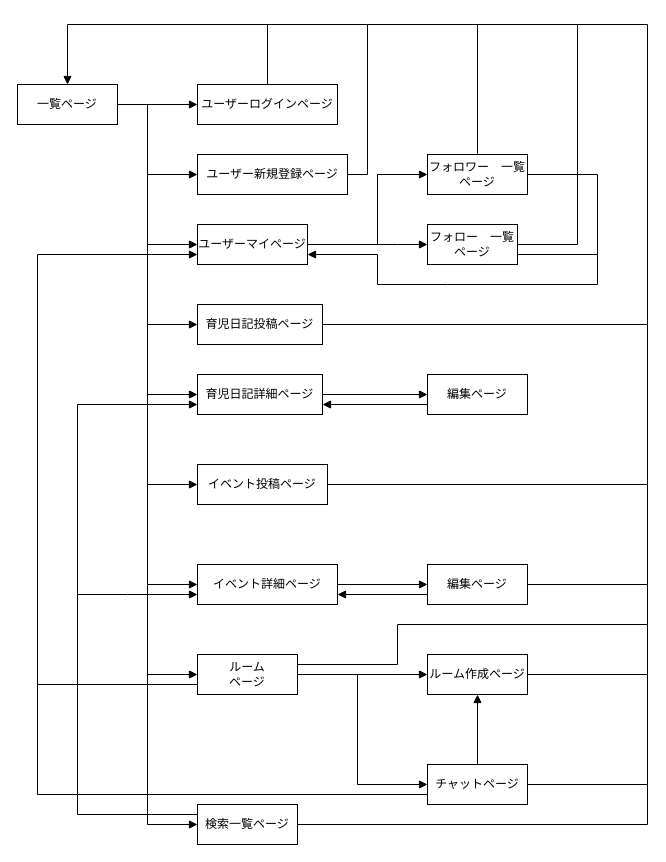
Earlier version of the draw.io diagram draw.dio (ran-tomine/original-app). Source tidied: cells renumbered, new cells numbered last; positions are measured from the earlier drawing's top-left corner, leaving out a move shared by most shapes. Both pictures are drawn from the tidied source at 100%, with x=0, y=0 at pixel (17, 24).
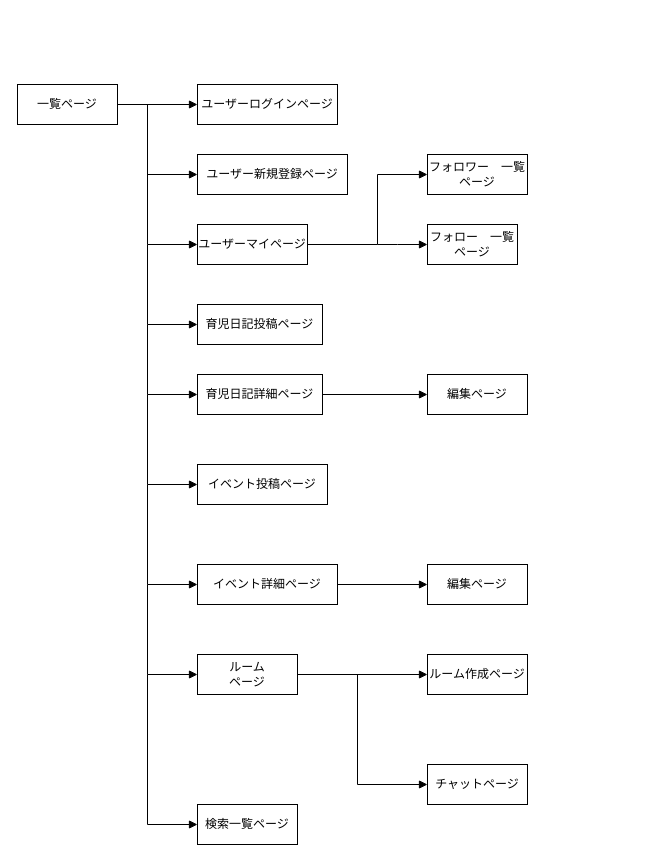
Above is the later version.

The change refers to these unchanged cells:
```xml
<mxCell id="3" value="一覧ページ&lt;br&gt;" style="whiteSpace=wrap;html=1;align=center;" parent="1" vertex="1">
  <mxGeometry y="60" width="100" height="40" as="geometry" />
</mxCell>
<mxCell id="5" value="ユーザーログインページ&lt;br&gt;" style="whiteSpace=wrap;html=1;align=center;" parent="1" vertex="1">
  <mxGeometry x="180" y="60" width="140" height="40" as="geometry" />
</mxCell>
<mxCell id="9" value="ユーザー新規登録ページ&lt;br&gt;" style="whiteSpace=wrap;html=1;align=center;" parent="1" vertex="1">
  <mxGeometry x="180" y="130" width="150" height="40" as="geometry" />
</mxCell>
<mxCell id="11" value="ユーザーマイページ" style="whiteSpace=wrap;html=1;align=center;" parent="1" vertex="1">
  <mxGeometry x="180" y="200" width="110" height="40" as="geometry" />
</mxCell>
<mxCell id="14" value="育児日記投稿ページ" style="whiteSpace=wrap;html=1;align=center;" parent="1" vertex="1">
  <mxGeometry x="180" y="280" width="125" height="40" as="geometry" />
</mxCell>
<mxCell id="18" value="育児日記詳細ページ" style="whiteSpace=wrap;html=1;align=center;" parent="1" vertex="1">
  <mxGeometry x="180" y="350" width="125" height="40" as="geometry" />
</mxCell>
<mxCell id="21" value="イベント投稿ページ" style="whiteSpace=wrap;html=1;align=center;" parent="1" vertex="1">
  <mxGeometry x="180" y="440" width="130" height="40" as="geometry" />
</mxCell>
<mxCell id="24" value="イベント詳細ページ" style="whiteSpace=wrap;html=1;align=center;" parent="1" vertex="1">
  <mxGeometry x="180" y="540" width="140" height="40" as="geometry" />
</mxCell>
<mxCell id="27" value="フォロー　一覧ページ" style="whiteSpace=wrap;html=1;align=center;" parent="1" vertex="1">
  <mxGeometry x="410" y="200" width="90" height="40" as="geometry" />
</mxCell>
<mxCell id="31" value="フォロワー　一覧ページ" style="whiteSpace=wrap;html=1;align=center;" parent="1" vertex="1">
  <mxGeometry x="410" y="130" width="100" height="40" as="geometry" />
</mxCell>
<mxCell id="33" value="編集ページ" style="whiteSpace=wrap;html=1;align=center;" parent="1" vertex="1">
  <mxGeometry x="410" y="350" width="100" height="40" as="geometry" />
</mxCell>
<mxCell id="36" value="編集ページ" style="whiteSpace=wrap;html=1;align=center;" parent="1" vertex="1">
  <mxGeometry x="410" y="540" width="100" height="40" as="geometry" />
</mxCell>
<mxCell id="41" value="ルーム&lt;br&gt;ページ" style="whiteSpace=wrap;html=1;align=center;" parent="1" vertex="1">
  <mxGeometry x="180" y="630" width="100" height="40" as="geometry" />
</mxCell>
<mxCell id="43" value="ルーム作成ページ" style="whiteSpace=wrap;html=1;align=center;" parent="1" vertex="1">
  <mxGeometry x="410" y="630" width="100" height="40" as="geometry" />
</mxCell>
<mxCell id="48" value="チャットページ" style="whiteSpace=wrap;html=1;align=center;" parent="1" vertex="1">
  <mxGeometry x="410" y="740" width="100" height="40" as="geometry" />
</mxCell>
<mxCell id="52" value="検索一覧ページ" style="whiteSpace=wrap;html=1;align=center;" parent="1" vertex="1">
  <mxGeometry x="180" y="780" width="100" height="40" as="geometry" />
</mxCell>
```

What changed in the source:
```diff
@@
-    <mxCell id="4" style="edgeStyle=none;html=1;exitX=0.5;exitY=0;exitDx=0;exitDy=0;endArrow=block;endFill=1;entryX=0.5;entryY=0;entryDx=0;entryDy=0;rounded=0;" parent="1" edge="1" source="5" target="3">
-      <mxGeometry relative="1" as="geometry">
-        <Array as="points">
-          <mxPoint x="250" />
-          <mxPoint x="50" />
-        </Array>
-      </mxGeometry>
-    </mxCell>
@@
-    <mxCell id="8" style="edgeStyle=none;rounded=0;html=1;exitX=1;exitY=0.5;exitDx=0;exitDy=0;endArrow=none;endFill=0;" parent="1" edge="1" source="9">
-      <mxGeometry relative="1" as="geometry">
-        <mxPoint x="250" as="targetPoint" />
-        <Array as="points">
-          <mxPoint x="350" y="150" />
-          <mxPoint x="350" />
-        </Array>
-      </mxGeometry>
-    </mxCell>
@@
-    <mxCell id="13" style="edgeStyle=none;rounded=0;html=1;exitX=1;exitY=0.5;exitDx=0;exitDy=0;startArrow=none;startFill=0;endArrow=none;endFill=0;" parent="1" edge="1" source="14">
-      <mxGeometry relative="1" as="geometry">
-        <mxPoint x="560" as="targetPoint" />
-        <Array as="points">
-          <mxPoint x="630" y="300" />
-          <mxPoint x="630" />
-        </Array>
-      </mxGeometry>
-    </mxCell>
@@
-    <mxCell id="17" style="edgeStyle=none;rounded=0;html=1;exitX=0;exitY=0.75;exitDx=0;exitDy=0;startArrow=block;startFill=1;endArrow=none;endFill=0;" parent="1" edge="1" source="18">
-      <mxGeometry relative="1" as="geometry">
-        <mxPoint x="60" y="570" as="targetPoint" />
-        <Array as="points">
-          <mxPoint x="60" y="380" />
-        </Array>
-      </mxGeometry>
-    </mxCell>
@@
-    <mxCell id="20" style="edgeStyle=none;rounded=0;html=1;exitX=1;exitY=0.5;exitDx=0;exitDy=0;startArrow=none;startFill=0;endArrow=none;endFill=0;" parent="1" edge="1" source="21">
-      <mxGeometry relative="1" as="geometry">
-        <mxPoint x="630" y="300" as="targetPoint" />
-        <Array as="points">
-          <mxPoint x="630" y="460" />
-        </Array>
-      </mxGeometry>
-    </mxCell>
@@
-    <mxCell id="25" style="edgeStyle=none;rounded=0;html=1;exitX=1;exitY=0.5;exitDx=0;exitDy=0;startArrow=none;startFill=0;endArrow=none;endFill=0;" parent="1" edge="1" source="27">
-      <mxGeometry relative="1" as="geometry">
-        <mxPoint x="460" as="targetPoint" />
-        <Array as="points">
-          <mxPoint x="560" y="220" />
-          <mxPoint x="560" />
-        </Array>
-      </mxGeometry>
-    </mxCell>
-    <mxCell id="26" style="edgeStyle=none;rounded=0;html=1;exitX=1;exitY=0.75;exitDx=0;exitDy=0;startArrow=none;startFill=0;endArrow=none;endFill=0;" parent="1" edge="1" source="27">
-      <mxGeometry relative="1" as="geometry">
-        <mxPoint x="580" y="230" as="targetPoint" />
-      </mxGeometry>
-    </mxCell>
@@
-    <mxCell id="29" style="edgeStyle=none;rounded=0;html=1;exitX=0.5;exitY=0;exitDx=0;exitDy=0;startArrow=none;startFill=0;endArrow=none;endFill=0;" parent="1" edge="1" source="31">
-      <mxGeometry relative="1" as="geometry">
-        <mxPoint x="350" as="targetPoint" />
-        <Array as="points">
-          <mxPoint x="460" />
-        </Array>
-      </mxGeometry>
-    </mxCell>
-    <mxCell id="30" style="edgeStyle=none;rounded=0;html=1;exitX=1;exitY=0.5;exitDx=0;exitDy=0;startArrow=none;startFill=0;endArrow=block;endFill=1;entryX=1;entryY=0.75;entryDx=0;entryDy=0;" parent="1" edge="1" source="31" target="11">
-      <mxGeometry relative="1" as="geometry">
-        <Array as="points">
-          <mxPoint x="580" y="150" />
-          <mxPoint x="580" y="260" />
-          <mxPoint x="430" y="260" />
-          <mxPoint x="360" y="260" />
-          <mxPoint x="360" y="230" />
-        </Array>
-      </mxGeometry>
-    </mxCell>
@@
-    <mxCell id="32" style="edgeStyle=none;rounded=0;html=1;exitX=0;exitY=0.75;exitDx=0;exitDy=0;entryX=1;entryY=0.75;entryDx=0;entryDy=0;startArrow=none;startFill=0;endArrow=block;endFill=1;" parent="1" edge="1" source="33" target="18">
-      <mxGeometry relative="1" as="geometry" />
-    </mxCell>
@@
-    <mxCell id="34" style="edgeStyle=none;rounded=0;html=1;exitX=0;exitY=0.75;exitDx=0;exitDy=0;entryX=1;entryY=0.75;entryDx=0;entryDy=0;startArrow=none;startFill=0;endArrow=block;endFill=1;" parent="1" edge="1" source="36" target="24">
-      <mxGeometry relative="1" as="geometry" />
-    </mxCell>
-    <mxCell id="35" style="edgeStyle=none;rounded=0;html=1;exitX=1;exitY=0.5;exitDx=0;exitDy=0;startArrow=none;startFill=0;endArrow=none;endFill=0;" parent="1" edge="1" source="36">
-      <mxGeometry relative="1" as="geometry">
-        <mxPoint x="630" y="460" as="targetPoint" />
-        <Array as="points">
-          <mxPoint x="630" y="560" />
-        </Array>
-      </mxGeometry>
-    </mxCell>
@@
-    <mxCell id="39" style="edgeStyle=none;rounded=0;html=1;exitX=1;exitY=0.25;exitDx=0;exitDy=0;startArrow=none;startFill=0;endArrow=none;endFill=0;" parent="1" edge="1" source="41">
-      <mxGeometry relative="1" as="geometry">
-        <mxPoint x="630" y="560" as="targetPoint" />
-        <Array as="points">
-          <mxPoint x="380" y="640" />
-          <mxPoint x="380" y="600" />
-          <mxPoint x="630" y="600" />
-        </Array>
-      </mxGeometry>
-    </mxCell>
-    <mxCell id="40" style="edgeStyle=none;rounded=0;html=1;exitX=0;exitY=0.75;exitDx=0;exitDy=0;startArrow=none;startFill=0;endArrow=none;endFill=0;" parent="1" edge="1" source="41">
-      <mxGeometry relative="1" as="geometry">
-        <mxPoint x="20" y="660" as="targetPoint" />
-      </mxGeometry>
-    </mxCell>
@@
-    <mxCell id="42" style="edgeStyle=none;rounded=0;html=1;exitX=1;exitY=0.5;exitDx=0;exitDy=0;startArrow=none;startFill=0;endArrow=none;endFill=0;" parent="1" edge="1" source="43">
-      <mxGeometry relative="1" as="geometry">
-        <mxPoint x="630" y="600" as="targetPoint" />
-        <Array as="points">
-          <mxPoint x="630" y="650" />
-        </Array>
-      </mxGeometry>
-    </mxCell>
@@
-    <mxCell id="45" style="edgeStyle=none;rounded=0;html=1;exitX=1;exitY=0.5;exitDx=0;exitDy=0;startArrow=none;startFill=0;endArrow=none;endFill=0;" parent="1" edge="1" source="48">
-      <mxGeometry relative="1" as="geometry">
-        <mxPoint x="630" y="650" as="targetPoint" />
-        <Array as="points">
-          <mxPoint x="630" y="760" />
-        </Array>
-      </mxGeometry>
-    </mxCell>
-    <mxCell id="46" style="edgeStyle=none;rounded=0;html=1;exitX=0.5;exitY=0;exitDx=0;exitDy=0;startArrow=none;startFill=0;endArrow=block;endFill=1;entryX=0.5;entryY=1;entryDx=0;entryDy=0;" parent="1" edge="1" source="48" target="43">
-      <mxGeometry relative="1" as="geometry" />
-    </mxCell>
-    <mxCell id="47" style="edgeStyle=none;rounded=0;html=1;exitX=0;exitY=0.75;exitDx=0;exitDy=0;startArrow=none;startFill=0;endArrow=block;endFill=1;entryX=0;entryY=0.75;entryDx=0;entryDy=0;" parent="1" edge="1" source="48" target="11">
-      <mxGeometry relative="1" as="geometry">
-        <Array as="points">
-          <mxPoint x="20" y="770" />
-          <mxPoint x="20" y="230" />
-        </Array>
-      </mxGeometry>
-    </mxCell>
@@
-    <mxCell id="50" style="edgeStyle=none;rounded=0;html=1;exitX=1;exitY=0.5;exitDx=0;exitDy=0;startArrow=none;startFill=0;endArrow=none;endFill=0;" parent="1" edge="1" source="52">
-      <mxGeometry relative="1" as="geometry">
-        <mxPoint x="630" y="760" as="targetPoint" />
-        <Array as="points">
-          <mxPoint x="630" y="800" />
-        </Array>
-      </mxGeometry>
-    </mxCell>
-    <mxCell id="51" style="edgeStyle=none;rounded=0;html=1;exitX=0;exitY=0.25;exitDx=0;exitDy=0;startArrow=none;startFill=0;endArrow=block;endFill=1;entryX=0;entryY=0.75;entryDx=0;entryDy=0;" parent="1" edge="1" source="52" target="24">
-      <mxGeometry relative="1" as="geometry">
-        <Array as="points">
-          <mxPoint x="60" y="790" />
-          <mxPoint x="60" y="570" />
-          <mxPoint x="110" y="570" />
-        </Array>
-      </mxGeometry>
-    </mxCell>
```
